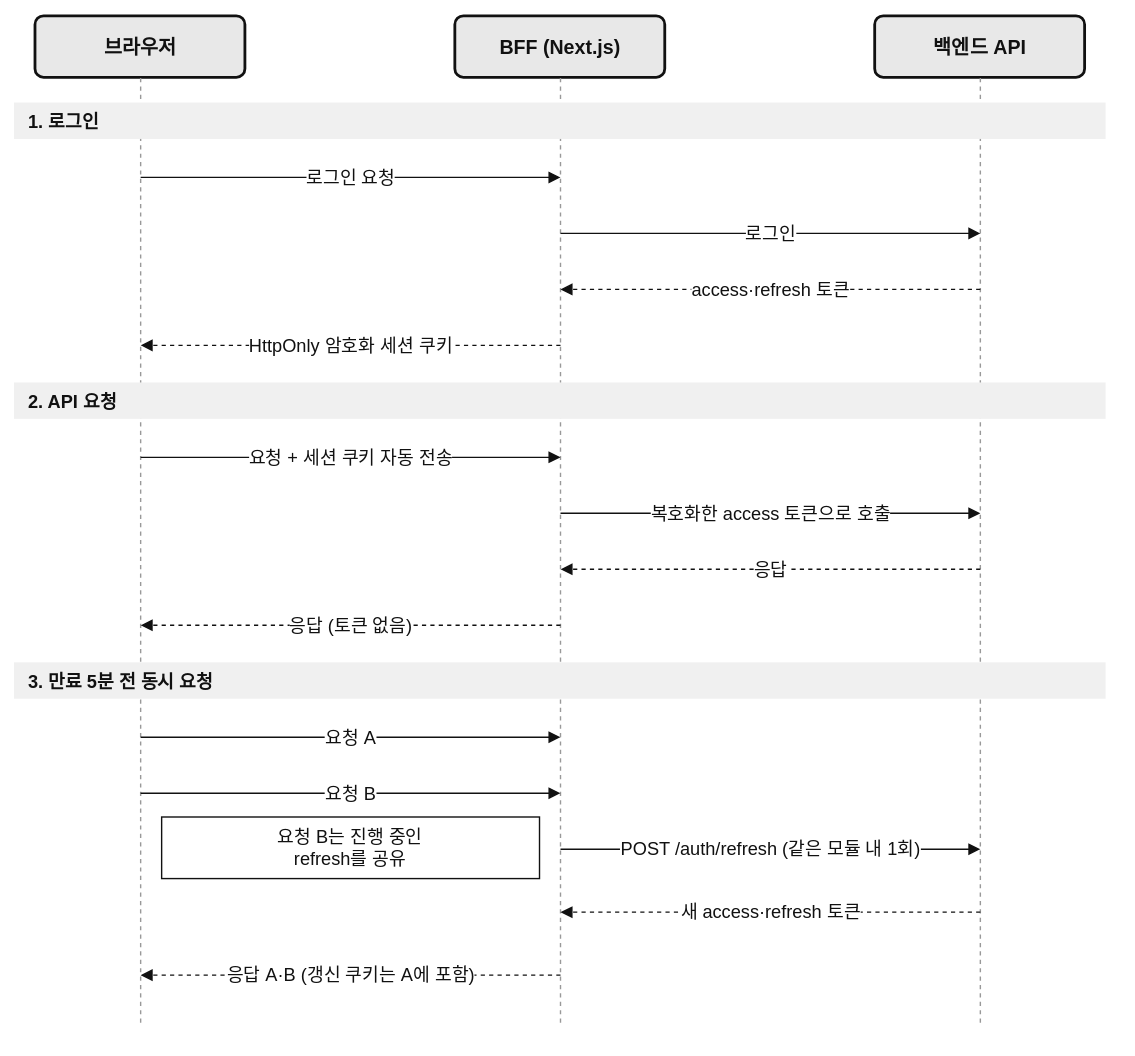
Before: public/diagrams/bff-auth-flow.drawio.svg, a diagram exported from draw.io (reasonjun/portfolio). Source tidied: cells renumbered, new cells last; positions are measured from the earlier drawing's top-left corner, leaving out a move shared by most shapes.
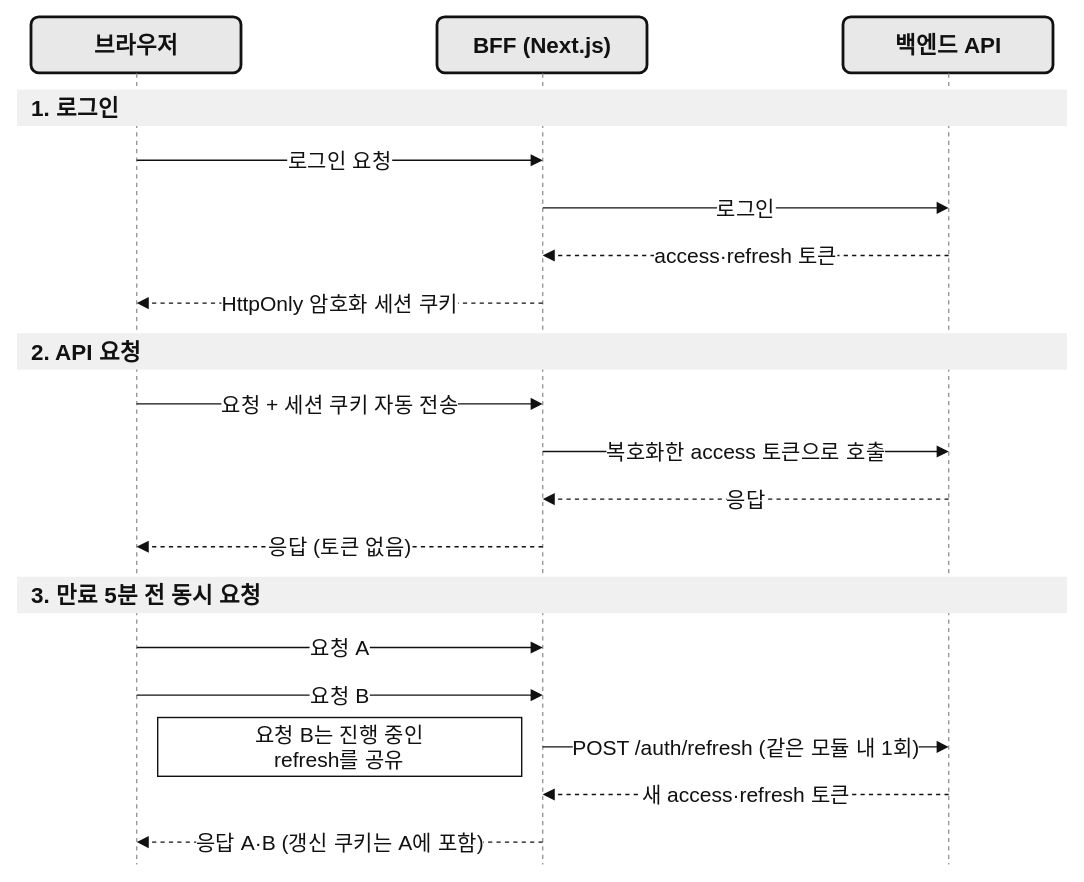
After the commit.

Diff of the diagram source:
```diff
@@ -2,121 +2,121 @@
   <root>
     <mxCell id="0" />
     <mxCell id="1" parent="0" />
-    <mxCell id="2" value="브라우저" style="rounded=1;whiteSpace=wrap;html=1;fontSize=14;fontStyle=1;fontColor=#111111;strokeColor=#111111;strokeWidth=2;fillColor=#E8E8E8;arcSize=14;" parent="1" vertex="1">
-      <mxGeometry x="15" width="150" height="44" as="geometry" />
+    <mxCell id="2" value="브라우저" style="rounded=1;whiteSpace=wrap;html=1;fontSize=16;fontStyle=1;fontColor=#111111;strokeColor=#111111;strokeWidth=2;fillColor=#E8E8E8;arcSize=14;" parent="1" vertex="1">
+      <mxGeometry x="10" width="150" height="40" as="geometry" />
     </mxCell>
     <mxCell id="3" style="endArrow=none;html=1;strokeColor=#999999;dashed=1;" parent="1" edge="1">
       <mxGeometry relative="1" as="geometry">
-        <mxPoint x="90" y="44" as="sourcePoint" />
-        <mxPoint x="90" y="720" as="targetPoint" />
+        <mxPoint x="85" y="40" as="sourcePoint" />
+        <mxPoint x="85" y="605" as="targetPoint" />
       </mxGeometry>
     </mxCell>
-    <mxCell id="4" value="BFF (Next.js)" style="rounded=1;whiteSpace=wrap;html=1;fontSize=14;fontStyle=1;fontColor=#111111;strokeColor=#111111;strokeWidth=2;fillColor=#E8E8E8;arcSize=14;" parent="1" vertex="1">
-      <mxGeometry x="315" width="150" height="44" as="geometry" />
+    <mxCell id="4" value="BFF (Next.js)" style="rounded=1;whiteSpace=wrap;html=1;fontSize=16;fontStyle=1;fontColor=#111111;strokeColor=#111111;strokeWidth=2;fillColor=#E8E8E8;arcSize=14;" parent="1" vertex="1">
+      <mxGeometry x="300" width="150" height="40" as="geometry" />
     </mxCell>
     <mxCell id="5" style="endArrow=none;html=1;strokeColor=#999999;dashed=1;" parent="1" edge="1">
       <mxGeometry relative="1" as="geometry">
-        <mxPoint x="390" y="44" as="sourcePoint" />
-        <mxPoint x="390" y="720" as="targetPoint" />
+        <mxPoint x="375" y="40" as="sourcePoint" />
+        <mxPoint x="375" y="605" as="targetPoint" />
       </mxGeometry>
     </mxCell>
-    <mxCell id="6" value="백엔드 API" style="rounded=1;whiteSpace=wrap;html=1;fontSize=14;fontStyle=1;fontColor=#111111;strokeColor=#111111;strokeWidth=2;fillColor=#E8E8E8;arcSize=14;" parent="1" vertex="1">
-      <mxGeometry x="615" width="150" height="44" as="geometry" />
+    <mxCell id="6" value="백엔드 API" style="rounded=1;whiteSpace=wrap;html=1;fontSize=16;fontStyle=1;fontColor=#111111;strokeColor=#111111;strokeWidth=2;fillColor=#E8E8E8;arcSize=14;" parent="1" vertex="1">
+      <mxGeometry x="590" width="150" height="40" as="geometry" />
     </mxCell>
     <mxCell id="7" style="endArrow=none;html=1;strokeColor=#999999;dashed=1;" parent="1" edge="1">
       <mxGeometry relative="1" as="geometry">
-        <mxPoint x="690" y="44" as="sourcePoint" />
-        <mxPoint x="690" y="720" as="targetPoint" />
+        <mxPoint x="665" y="40" as="sourcePoint" />
+        <mxPoint x="665" y="605" as="targetPoint" />
       </mxGeometry>
     </mxCell>
-    <mxCell id="8" value="1. 로그인" style="rounded=0;html=1;align=left;spacingLeft=8;fontSize=13;fontStyle=1;fontColor=#111111;strokeColor=none;fillColor=#F0F0F0;" parent="1" vertex="1">
-      <mxGeometry y="62" width="780" height="26" as="geometry" />
+    <mxCell id="8" value="1. 로그인" style="rounded=0;html=1;align=left;spacingLeft=8;fontSize=16;fontStyle=1;fontColor=#111111;strokeColor=none;fillColor=#F0F0F0;" parent="1" vertex="1">
+      <mxGeometry y="52" width="750" height="26" as="geometry" />
     </mxCell>
-    <mxCell id="9" value="로그인 요청" style="endArrow=block;endFill=1;html=1;strokeColor=#111111;fontColor=#111111;fontSize=13;labelBackgroundColor=#FFFFFF;" parent="1" edge="1">
+    <mxCell id="9" value="로그인 요청" style="endArrow=block;endFill=1;html=1;strokeColor=#111111;fontColor=#111111;fontSize=15;labelBackgroundColor=#FFFFFF;" parent="1" edge="1">
       <mxGeometry relative="1" as="geometry">
-        <mxPoint x="90" y="115" as="sourcePoint" />
-        <mxPoint x="390" y="115" as="targetPoint" />
+        <mxPoint x="85" y="102" as="sourcePoint" />
+        <mxPoint x="375" y="102" as="targetPoint" />
       </mxGeometry>
     </mxCell>
-    <mxCell id="10" value="로그인" style="endArrow=block;endFill=1;html=1;strokeColor=#111111;fontColor=#111111;fontSize=13;labelBackgroundColor=#FFFFFF;" parent="1" edge="1">
+    <mxCell id="10" value="로그인" style="endArrow=block;endFill=1;html=1;strokeColor=#111111;fontColor=#111111;fontSize=15;labelBackgroundColor=#FFFFFF;" parent="1" edge="1">
       <mxGeometry relative="1" as="geometry">
-        <mxPoint x="390" y="155" as="sourcePoint" />
-        <mxPoint x="690" y="155" as="targetPoint" />
+        <mxPoint x="375" y="136" as="sourcePoint" />
+        <mxPoint x="665" y="136" as="targetPoint" />
       </mxGeometry>
     </mxCell>
-    <mxCell id="11" value="access·refresh 토큰" style="endArrow=block;endFill=1;html=1;strokeColor=#111111;fontColor=#111111;fontSize=13;labelBackgroundColor=#FFFFFF;dashed=1;" parent="1" edge="1">
+    <mxCell id="11" value="access·refresh 토큰" style="endArrow=block;endFill=1;html=1;strokeColor=#111111;fontColor=#111111;fontSize=15;labelBackgroundColor=#FFFFFF;dashed=1;" parent="1" edge="1">
       <mxGeometry relative="1" as="geometry">
-        <mxPoint x="690" y="195" as="sourcePoint" />
-        <mxPoint x="390" y="195" as="targetPoint" />
+        <mxPoint x="665" y="170" as="sourcePoint" />
+        <mxPoint x="375" y="170" as="targetPoint" />
       </mxGeometry>
     </mxCell>
-    <mxCell id="12" value="HttpOnly 암호화 세션 쿠키" style="endArrow=block;endFill=1;html=1;strokeColor=#111111;fontColor=#111111;fontSize=13;labelBackgroundColor=#FFFFFF;dashed=1;" parent="1" edge="1">
+    <mxCell id="12" value="HttpOnly 암호화 세션 쿠키" style="endArrow=block;endFill=1;html=1;strokeColor=#111111;fontColor=#111111;fontSize=15;labelBackgroundColor=#FFFFFF;dashed=1;" parent="1" edge="1">
       <mxGeometry relative="1" as="geometry">
-        <mxPoint x="390" y="235" as="sourcePoint" />
-        <mxPoint x="90" y="235" as="targetPoint" />
+        <mxPoint x="375" y="204" as="sourcePoint" />
+        <mxPoint x="85" y="204" as="targetPoint" />
       </mxGeometry>
     </mxCell>
-    <mxCell id="13" value="2. API 요청" style="rounded=0;html=1;align=left;spacingLeft=8;fontSize=13;fontStyle=1;fontColor=#111111;strokeColor=none;fillColor=#F0F0F0;" parent="1" vertex="1">
-      <mxGeometry y="262" width="780" height="26" as="geometry" />
+    <mxCell id="13" value="2. API 요청" style="rounded=0;html=1;align=left;spacingLeft=8;fontSize=16;fontStyle=1;fontColor=#111111;strokeColor=none;fillColor=#F0F0F0;" parent="1" vertex="1">
+      <mxGeometry y="226" width="750" height="26" as="geometry" />
     </mxCell>
-    <mxCell id="14" value="요청 + 세션 쿠키 자동 전송" style="endArrow=block;endFill=1;html=1;strokeColor=#111111;fontColor=#111111;fontSize=13;labelBackgroundColor=#FFFFFF;" parent="1" edge="1">
+    <mxCell id="14" value="요청 + 세션 쿠키 자동 전송" style="endArrow=block;endFill=1;html=1;strokeColor=#111111;fontColor=#111111;fontSize=15;labelBackgroundColor=#FFFFFF;" parent="1" edge="1">
       <mxGeometry relative="1" as="geometry">
-        <mxPoint x="90" y="315" as="sourcePoint" />
-        <mxPoint x="390" y="315" as="targetPoint" />
+        <mxPoint x="85" y="276" as="sourcePoint" />
+        <mxPoint x="375" y="276" as="targetPoint" />
       </mxGeometry>
     </mxCell>
-    <mxCell id="15" value="복호화한 access 토큰으로 호출" style="endArrow=block;endFill=1;html=1;strokeColor=#111111;fontColor=#111111;fontSize=13;labelBackgroundColor=#FFFFFF;" parent="1" edge="1">
+    <mxCell id="15" value="복호화한 access 토큰으로 호출" style="endArrow=block;endFill=1;html=1;strokeColor=#111111;fontColor=#111111;fontSize=15;labelBackgroundColor=#FFFFFF;" parent="1" edge="1">
       <mxGeometry relative="1" as="geometry">
-        <mxPoint x="390" y="355" as="sourcePoint" />
-        <mxPoint x="690" y="355" as="targetPoint" />
+        <mxPoint x="375" y="310" as="sourcePoint" />
+        <mxPoint x="665" y="310" as="targetPoint" />
       </mxGeometry>
     </mxCell>
-    <mxCell id="16" value="응답" style="endArrow=block;endFill=1;html=1;strokeColor=#111111;fontColor=#111111;fontSize=13;labelBackgroundColor=#FFFFFF;dashed=1;" parent="1" edge="1">
+    <mxCell id="16" value="응답" style="endArrow=block;endFill=1;html=1;strokeColor=#111111;fontColor=#111111;fontSize=15;labelBackgroundColor=#FFFFFF;dashed=1;" parent="1" edge="1">
       <mxGeometry relative="1" as="geometry">
-        <mxPoint x="690" y="395" as="sourcePoint" />
-        <mxPoint x="390" y="395" as="targetPoint" />
+        <mxPoint x="665" y="344" as="sourcePoint" />
+        <mxPoint x="375" y="344" as="targetPoint" />
       </mxGeometry>
     </mxCell>
-    <mxCell id="17" value="응답 (토큰 없음)" style="endArrow=block;endFill=1;html=1;strokeColor=#111111;fontColor=#111111;fontSize=13;labelBackgroundColor=#FFFFFF;dashed=1;" parent="1" edge="1">
+    <mxCell id="17" value="응답 (토큰 없음)" style="endArrow=block;endFill=1;html=1;strokeColor=#111111;fontColor=#111111;fontSize=15;labelBackgroundColor=#FFFFFF;dashed=1;" parent="1" edge="1">
       <mxGeometry relative="1" as="geometry">
-        <mxPoint x="390" y="435" as="sourcePoint" />
-        <mxPoint x="90" y="435" as="targetPoint" />
+        <mxPoint x="375" y="378" as="sourcePoint" />
+        <mxPoint x="85" y="378" as="targetPoint" />
       </mxGeometry>
     </mxCell>
-    <mxCell id="18" value="3. 만료 5분 전 동시 요청" style="rounded=0;html=1;align=left;spacingLeft=8;fontSize=13;fontStyle=1;fontColor=#111111;strokeColor=none;fillColor=#F0F0F0;" parent="1" vertex="1">
-      <mxGeometry y="462" width="780" height="26" as="geometry" />
+    <mxCell id="18" value="3. 만료 5분 전 동시 요청" style="rounded=0;html=1;align=left;spacingLeft=8;fontSize=16;fontStyle=1;fontColor=#111111;strokeColor=none;fillColor=#F0F0F0;" parent="1" vertex="1">
+      <mxGeometry y="400" width="750" height="26" as="geometry" />
     </mxCell>
-    <mxCell id="19" value="요청 A" style="endArrow=block;endFill=1;html=1;strokeColor=#111111;fontColor=#111111;fontSize=13;labelBackgroundColor=#FFFFFF;" parent="1" edge="1">
+    <mxCell id="19" value="요청 A" style="endArrow=block;endFill=1;html=1;strokeColor=#111111;fontColor=#111111;fontSize=15;labelBackgroundColor=#FFFFFF;" parent="1" edge="1">
       <mxGeometry relative="1" as="geometry">
-        <mxPoint x="90" y="515" as="sourcePoint" />
-        <mxPoint x="390" y="515" as="targetPoint" />
+        <mxPoint x="85" y="450" as="sourcePoint" />
+        <mxPoint x="375" y="450" as="targetPoint" />
       </mxGeometry>
     </mxCell>
-    <mxCell id="20" value="요청 B" style="endArrow=block;endFill=1;html=1;strokeColor=#111111;fontColor=#111111;fontSize=13;labelBackgroundColor=#FFFFFF;" parent="1" edge="1">
+    <mxCell id="20" value="요청 B" style="endArrow=block;endFill=1;html=1;strokeColor=#111111;fontColor=#111111;fontSize=15;labelBackgroundColor=#FFFFFF;" parent="1" edge="1">
       <mxGeometry relative="1" as="geometry">
-        <mxPoint x="90" y="555" as="sourcePoint" />
-        <mxPoint x="390" y="555" as="targetPoint" />
+        <mxPoint x="85" y="484" as="sourcePoint" />
+        <mxPoint x="375" y="484" as="targetPoint" />
       </mxGeometry>
     </mxCell>
-    <mxCell id="21" value="POST /auth/refresh (같은 모듈 내 1회)" style="endArrow=block;endFill=1;html=1;strokeColor=#111111;fontColor=#111111;fontSize=13;labelBackgroundColor=#FFFFFF;" parent="1" edge="1">
+    <mxCell id="21" value="POST /auth/refresh (같은 모듈 내 1회)" style="endArrow=block;endFill=1;html=1;strokeColor=#111111;fontColor=#111111;fontSize=15;labelBackgroundColor=#FFFFFF;" parent="1" edge="1">
       <mxGeometry relative="1" as="geometry">
-        <mxPoint x="390" y="595" as="sourcePoint" />
-        <mxPoint x="690" y="595" as="targetPoint" />
+        <mxPoint x="375" y="521" as="sourcePoint" />
+        <mxPoint x="665" y="521" as="targetPoint" />
       </mxGeometry>
     </mxCell>
-    <mxCell id="22" value="요청 B는 진행 중인&lt;br&gt;refresh를 공유" style="rounded=0;whiteSpace=wrap;html=1;fontSize=13;fontColor=#111111;strokeColor=#111111;fillColor=#FFFFFF;" parent="1" vertex="1">
-      <mxGeometry x="105" y="572" width="270" height="44" as="geometry" />
+    <mxCell id="22" value="요청 B는 진행 중인&lt;br&gt;refresh를 공유" style="rounded=0;whiteSpace=wrap;html=1;fontSize=15;fontColor=#111111;strokeColor=#111111;fillColor=#FFFFFF;" parent="1" vertex="1">
+      <mxGeometry x="100" y="500" width="260" height="42" as="geometry" />
     </mxCell>
-    <mxCell id="23" value="새 access·refresh 토큰" style="endArrow=block;endFill=1;html=1;strokeColor=#111111;fontColor=#111111;fontSize=13;labelBackgroundColor=#FFFFFF;dashed=1;" parent="1" edge="1">
+    <mxCell id="23" value="새 access·refresh 토큰" style="endArrow=block;endFill=1;html=1;strokeColor=#111111;fontColor=#111111;fontSize=15;labelBackgroundColor=#FFFFFF;dashed=1;" parent="1" edge="1">
       <mxGeometry relative="1" as="geometry">
-        <mxPoint x="690" y="640" as="sourcePoint" />
-        <mxPoint x="390" y="640" as="targetPoint" />
+        <mxPoint x="665" y="555" as="sourcePoint" />
+        <mxPoint x="375" y="555" as="targetPoint" />
       </mxGeometry>
     </mxCell>
-    <mxCell id="24" value="응답 A·B (갱신 쿠키는 A에 포함)" style="endArrow=block;endFill=1;html=1;strokeColor=#111111;fontColor=#111111;fontSize=13;labelBackgroundColor=#FFFFFF;dashed=1;" parent="1" edge="1">
+    <mxCell id="24" value="응답 A·B (갱신 쿠키는 A에 포함)" style="endArrow=block;endFill=1;html=1;strokeColor=#111111;fontColor=#111111;fontSize=15;labelBackgroundColor=#FFFFFF;dashed=1;" parent="1" edge="1">
       <mxGeometry relative="1" as="geometry">
-        <mxPoint x="390" y="685" as="sourcePoint" />
-        <mxPoint x="90" y="685" as="targetPoint" />
+        <mxPoint x="375" y="589" as="sourcePoint" />
+        <mxPoint x="85" y="589" as="targetPoint" />
       </mxGeometry>
     </mxCell>
   </root>
```
